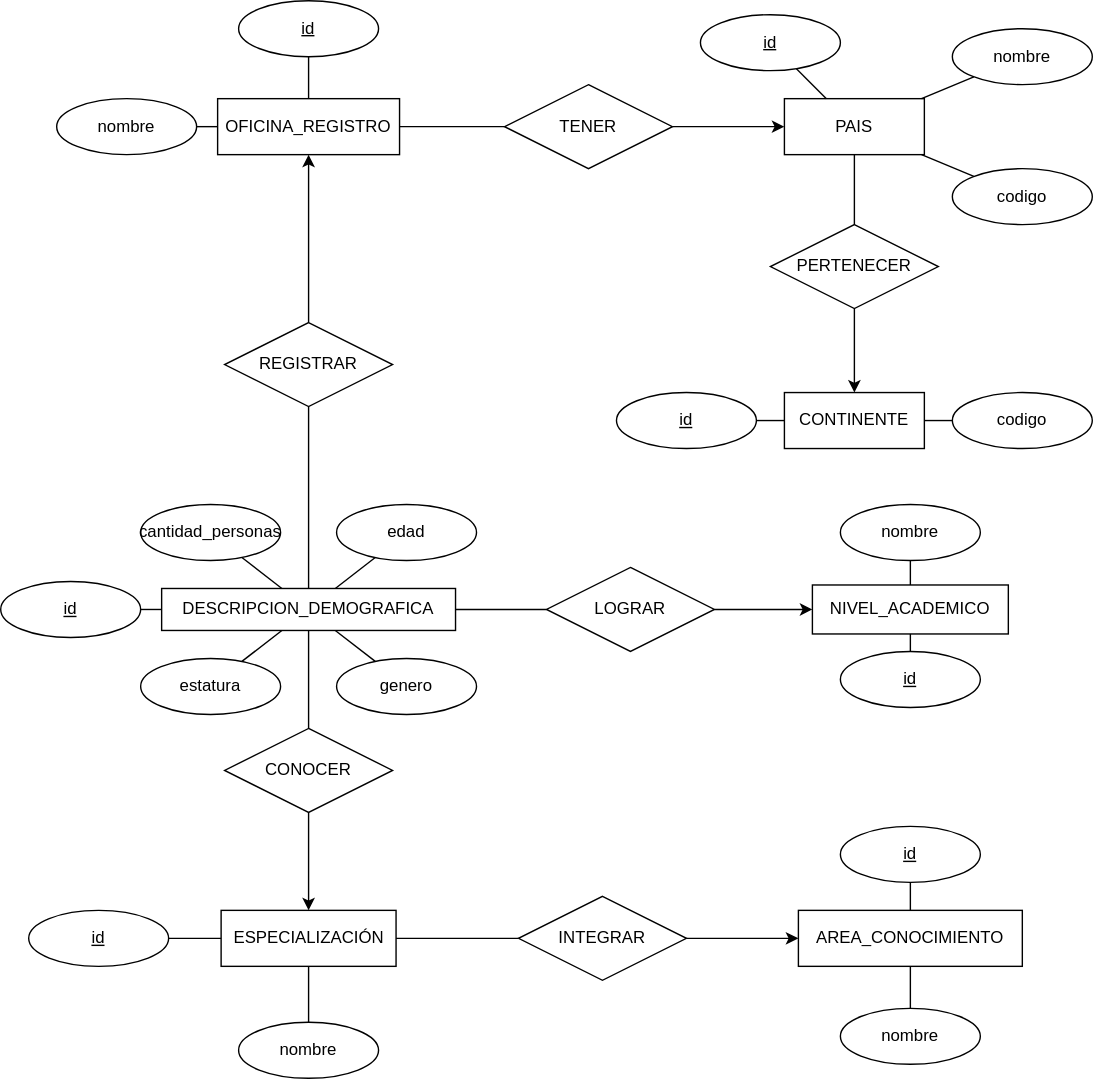
Oktuvida/analysis_dataset keeps this draw.io diagram as assets/images/ER.svg. Above is the earlier version. Source tidied: cells renumbered, new cells last; positions are measured from the earlier drawing's top-left corner, leaving out a move shared by most shapes.
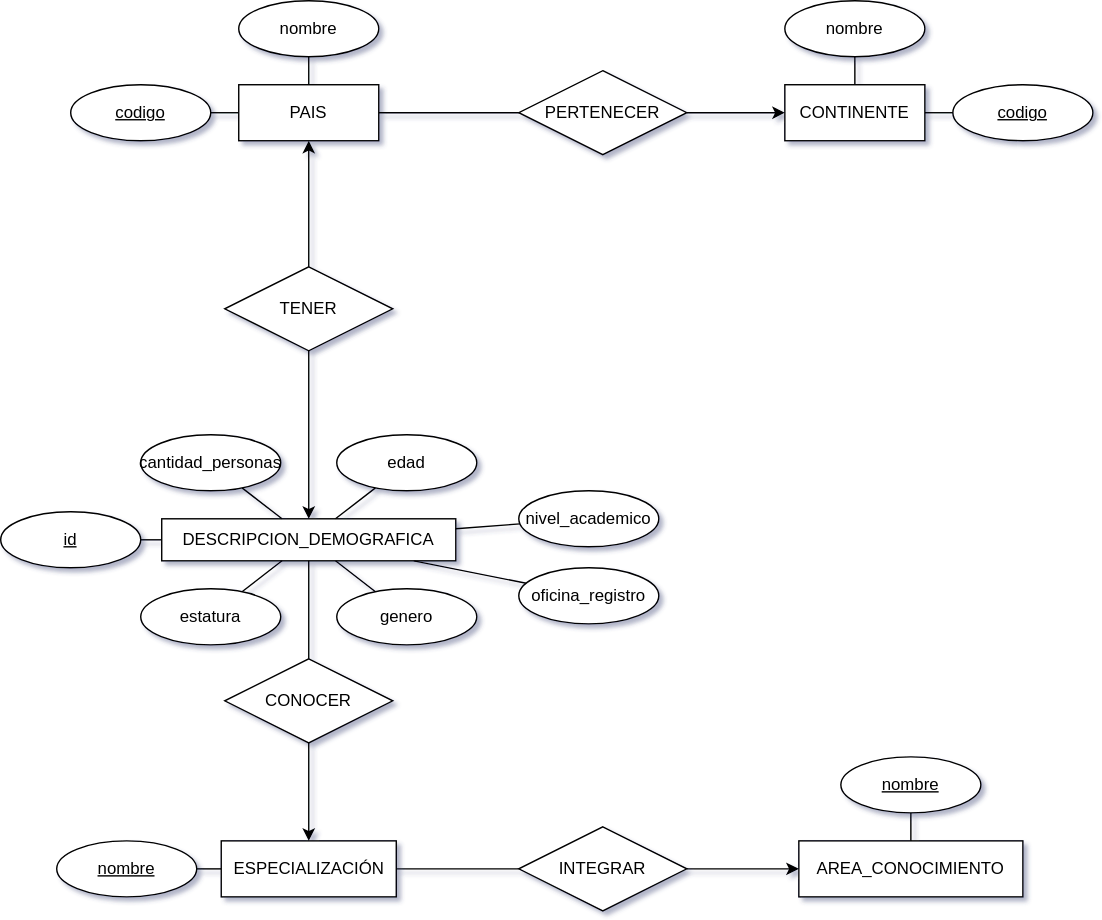
The same file after the commit.

What changed in the source:
```diff
@@ -41,8 +41,8 @@
     <mxCell id="14" style="edgeStyle=none;rounded=0;jettySize=auto;html=1;endArrow=none;endFill=0;" parent="1" edge="1" source="15" target="13">
       <mxGeometry relative="1" as="geometry" />
     </mxCell>
-    <mxCell id="15" value="nombre" style="ellipse;whiteSpace=wrap;html=1;align=center;" parent="1" vertex="1">
-      <mxGeometry x="170" y="730" width="100" height="40" as="geometry" />
+    <mxCell id="15" value="&lt;u&gt;nombre&lt;/u&gt;" style="ellipse;whiteSpace=wrap;html=1;align=center;" parent="1" vertex="1">
+      <mxGeometry x="40" y="650" width="100" height="40" as="geometry" />
     </mxCell>
     <mxCell id="16" value="AREA_CONOCIMIENTO" style="whiteSpace=wrap;html=1;align=center;" parent="1" vertex="1">
       <mxGeometry x="570" y="650" width="160" height="40" as="geometry" />
@@ -50,23 +50,23 @@
     <mxCell id="17" style="edgeStyle=none;rounded=0;jettySize=auto;html=1;endArrow=none;endFill=0;" parent="1" edge="1" source="18" target="16">
       <mxGeometry relative="1" as="geometry" />
     </mxCell>
-    <mxCell id="18" value="nombre" style="ellipse;whiteSpace=wrap;html=1;align=center;" parent="1" vertex="1">
-      <mxGeometry x="600" y="720" width="100" height="40" as="geometry" />
+    <mxCell id="18" value="&lt;u&gt;nombre&lt;/u&gt;" style="ellipse;whiteSpace=wrap;html=1;align=center;" parent="1" vertex="1">
+      <mxGeometry x="600" y="590" width="100" height="40" as="geometry" />
     </mxCell>
     <mxCell id="19" value="PAIS" style="whiteSpace=wrap;html=1;align=center;" parent="1" vertex="1">
-      <mxGeometry x="560" y="70" width="100" height="40" as="geometry" />
+      <mxGeometry x="170" y="110" width="100" height="40" as="geometry" />
     </mxCell>
     <mxCell id="20" style="edgeStyle=none;rounded=0;jettySize=auto;html=1;endArrow=none;endFill=0;" parent="1" edge="1" source="21" target="19">
       <mxGeometry relative="1" as="geometry" />
     </mxCell>
-    <mxCell id="21" value="codigo" style="ellipse;whiteSpace=wrap;html=1;align=center;" parent="1" vertex="1">
-      <mxGeometry x="680" y="120" width="100" height="40" as="geometry" />
+    <mxCell id="21" value="&lt;u&gt;codigo&lt;/u&gt;" style="ellipse;whiteSpace=wrap;html=1;align=center;" parent="1" vertex="1">
+      <mxGeometry x="50" y="110" width="100" height="40" as="geometry" />
     </mxCell>
     <mxCell id="22" style="edgeStyle=none;rounded=0;jettySize=auto;html=1;endArrow=none;endFill=0;" parent="1" edge="1" source="23" target="46">
       <mxGeometry relative="1" as="geometry" />
     </mxCell>
     <mxCell id="23" value="CONTINENTE" style="whiteSpace=wrap;html=1;align=center;" parent="1" vertex="1">
-      <mxGeometry x="560" y="280" width="100" height="40" as="geometry" />
+      <mxGeometry x="560" y="110" width="100" height="40" as="geometry" />
     </mxCell>
     <mxCell id="24" style="edgeStyle=orthogonalEdgeStyle;rounded=0;jettySize=auto;html=1;endArrow=classic;endFill=1;" parent="1" edge="1" source="26" target="13">
       <mxGeometry relative="1" as="geometry" />
@@ -93,97 +93,43 @@
       <mxGeometry relative="1" as="geometry" />
     </mxCell>
     <mxCell id="32" value="PERTENECER" style="shape=rhombus;perimeter=rhombusPerimeter;whiteSpace=wrap;html=1;align=center;" parent="1" vertex="1">
-      <mxGeometry x="550" y="160" width="120" height="60" as="geometry" />
+      <mxGeometry x="370" y="100" width="120" height="60" as="geometry" />
     </mxCell>
-    <mxCell id="33" value="OFICINA_REGISTRO" style="whiteSpace=wrap;html=1;align=center;" parent="1" vertex="1">
-      <mxGeometry x="155" y="70" width="130" height="40" as="geometry" />
-    </mxCell>
-    <mxCell id="34" style="edgeStyle=none;rounded=0;jettySize=auto;html=1;endArrow=none;endFill=0;" parent="1" edge="1" source="35" target="33">
-      <mxGeometry relative="1" as="geometry" />
-    </mxCell>
-    <mxCell id="35" value="nombre" style="ellipse;whiteSpace=wrap;html=1;align=center;" parent="1" vertex="1">
-      <mxGeometry x="40" y="70" width="100" height="40" as="geometry" />
-    </mxCell>
-    <mxCell id="36" style="rounded=0;jettySize=auto;html=1;endArrow=none;endFill=0;" parent="1" edge="1" source="37" target="33">
-      <mxGeometry relative="1" as="geometry" />
-    </mxCell>
-    <mxCell id="37" value="id" style="ellipse;whiteSpace=wrap;html=1;align=center;fontStyle=4;" parent="1" vertex="1">
-      <mxGeometry x="170" width="100" height="40" as="geometry" />
-    </mxCell>
-    <mxCell id="38" style="edgeStyle=orthogonalEdgeStyle;rounded=0;jettySize=auto;html=1;endArrow=none;endFill=0;" parent="1" edge="1" source="40" target="2">
-      <mxGeometry relative="1" as="geometry" />
-    </mxCell>
-    <mxCell id="39" style="edgeStyle=orthogonalEdgeStyle;rounded=0;jettySize=auto;html=1;endArrow=classic;endFill=1;" parent="1" edge="1" source="40" target="33">
-      <mxGeometry relative="1" as="geometry" />
-    </mxCell>
-    <mxCell id="40" value="REGISTRAR" style="shape=rhombus;perimeter=rhombusPerimeter;whiteSpace=wrap;html=1;align=center;" parent="1" vertex="1">
-      <mxGeometry x="160" y="230" width="120" height="60" as="geometry" />
-    </mxCell>
-    <mxCell id="41" style="edgeStyle=orthogonalEdgeStyle;rounded=0;jettySize=auto;html=1;endArrow=none;endFill=0;" parent="1" edge="1" source="43" target="33">
-      <mxGeometry relative="1" as="geometry" />
-    </mxCell>
     <mxCell id="42" style="edgeStyle=orthogonalEdgeStyle;rounded=0;jettySize=auto;html=1;endArrow=classic;endFill=1;" parent="1" edge="1" source="43" target="19">
       <mxGeometry relative="1" as="geometry" />
     </mxCell>
+    <mxCell id="63" style="edgeStyle=orthogonalEdgeStyle;rounded=0;jettySize=auto;html=1;endArrow=classic;endFill=1;" parent="1" edge="1" source="43" target="2">
+      <mxGeometry relative="1" as="geometry" />
+    </mxCell>
     <mxCell id="43" value="TENER" style="shape=rhombus;perimeter=rhombusPerimeter;whiteSpace=wrap;html=1;align=center;" parent="1" vertex="1">
-      <mxGeometry x="360" y="60" width="120" height="60" as="geometry" />
+      <mxGeometry x="160" y="240" width="120" height="60" as="geometry" />
     </mxCell>
-    <mxCell id="44" style="rounded=0;jettySize=auto;html=1;endArrow=none;endFill=0;" parent="1" edge="1" source="45" target="23">
-      <mxGeometry relative="1" as="geometry" />
-    </mxCell>
-    <mxCell id="45" value="id" style="ellipse;whiteSpace=wrap;html=1;align=center;fontStyle=4;" parent="1" vertex="1">
-      <mxGeometry x="440" y="280" width="100" height="40" as="geometry" />
-    </mxCell>
-    <mxCell id="46" value="codigo" style="ellipse;whiteSpace=wrap;html=1;align=center;" parent="1" vertex="1">
-      <mxGeometry x="680" y="280" width="100" height="40" as="geometry" />
+    <mxCell id="46" value="&lt;u&gt;codigo&lt;/u&gt;" style="ellipse;whiteSpace=wrap;html=1;align=center;" parent="1" vertex="1">
+      <mxGeometry x="680" y="110" width="100" height="40" as="geometry" />
     </mxCell>
-    <mxCell id="47" style="edgeStyle=none;rounded=0;jettySize=auto;html=1;endArrow=none;endFill=0;" parent="1" edge="1" source="48" target="19">
-      <mxGeometry relative="1" as="geometry" />
-    </mxCell>
-    <mxCell id="48" value="id" style="ellipse;whiteSpace=wrap;html=1;align=center;fontStyle=4;" parent="1" vertex="1">
-      <mxGeometry x="500" y="10" width="100" height="40" as="geometry" />
-    </mxCell>
-    <mxCell id="49" value="NIVEL_ACADEMICO" style="whiteSpace=wrap;html=1;align=center;" parent="1" vertex="1">
-      <mxGeometry x="580" y="417.5" width="140" height="35" as="geometry" />
-    </mxCell>
-    <mxCell id="50" style="edgeStyle=orthogonalEdgeStyle;rounded=0;jettySize=auto;html=1;endArrow=none;endFill=0;" parent="1" edge="1" source="52" target="2">
-      <mxGeometry relative="1" as="geometry" />
-    </mxCell>
-    <mxCell id="51" style="edgeStyle=orthogonalEdgeStyle;rounded=0;jettySize=auto;html=1;endArrow=classic;endFill=1;" parent="1" edge="1" source="52" target="49">
-      <mxGeometry relative="1" as="geometry" />
-    </mxCell>
-    <mxCell id="52" value="LOGRAR" style="shape=rhombus;perimeter=rhombusPerimeter;whiteSpace=wrap;html=1;align=center;" parent="1" vertex="1">
-      <mxGeometry x="390" y="405" width="120" height="60" as="geometry" />
-    </mxCell>
-    <mxCell id="53" style="rounded=0;jettySize=auto;html=1;endArrow=none;endFill=0;" parent="1" edge="1" source="54" target="49">
-      <mxGeometry relative="1" as="geometry" />
-    </mxCell>
-    <mxCell id="54" value="&lt;u&gt;id&lt;/u&gt;" style="ellipse;whiteSpace=wrap;html=1;align=center;" parent="1" vertex="1">
-      <mxGeometry x="600" y="465" width="100" height="40" as="geometry" />
-    </mxCell>
-    <mxCell id="55" style="edgeStyle=none;rounded=0;jettySize=auto;html=1;endArrow=none;endFill=0;" parent="1" edge="1" source="56" target="49">
-      <mxGeometry relative="1" as="geometry" />
-    </mxCell>
-    <mxCell id="56" value="nombre" style="ellipse;whiteSpace=wrap;html=1;align=center;" parent="1" vertex="1">
-      <mxGeometry x="600" y="360" width="100" height="40" as="geometry" />
-    </mxCell>
-    <mxCell id="57" style="edgeStyle=none;rounded=0;jettySize=auto;html=1;endArrow=none;endFill=0;" parent="1" edge="1" source="58" target="16">
-      <mxGeometry relative="1" as="geometry" />
-    </mxCell>
-    <mxCell id="58" value="&lt;u&gt;id&lt;/u&gt;" style="ellipse;whiteSpace=wrap;html=1;align=center;" parent="1" vertex="1">
-      <mxGeometry x="600" y="590" width="100" height="40" as="geometry" />
-    </mxCell>
-    <mxCell id="59" style="edgeStyle=none;rounded=0;jettySize=auto;html=1;endArrow=none;endFill=0;" parent="1" edge="1" source="60" target="13">
-      <mxGeometry relative="1" as="geometry" />
-    </mxCell>
-    <mxCell id="60" value="&lt;u&gt;id&lt;/u&gt;" style="ellipse;whiteSpace=wrap;html=1;align=center;" parent="1" vertex="1">
-      <mxGeometry x="20" y="650" width="100" height="40" as="geometry" />
-    </mxCell>
     <mxCell id="61" style="edgeStyle=none;rounded=0;jettySize=auto;html=1;endArrow=none;endFill=0;" parent="1" edge="1" source="62" target="19">
       <mxGeometry relative="1" as="geometry" />
     </mxCell>
     <mxCell id="62" value="nombre" style="ellipse;whiteSpace=wrap;html=1;align=center;" parent="1" vertex="1">
-      <mxGeometry x="680" y="20" width="100" height="40" as="geometry" />
+      <mxGeometry x="170" y="50" width="100" height="40" as="geometry" />
     </mxCell>
+    <mxCell id="64" style="rounded=0;jettySize=auto;html=1;endArrow=none;endFill=0;" parent="1" edge="1" source="65" target="2">
+      <mxGeometry relative="1" as="geometry" />
+    </mxCell>
+    <mxCell id="65" value="&lt;div&gt;nivel_academico&lt;/div&gt;" style="ellipse;whiteSpace=wrap;html=1;align=center;" parent="1" vertex="1">
+      <mxGeometry x="370" y="400" width="100" height="40" as="geometry" />
+    </mxCell>
+    <mxCell id="66" style="edgeStyle=none;rounded=0;jettySize=auto;html=1;endArrow=none;endFill=0;" parent="1" edge="1" source="67" target="2">
+      <mxGeometry relative="1" as="geometry" />
+    </mxCell>
+    <mxCell id="67" value="oficina_registro" style="ellipse;whiteSpace=wrap;html=1;align=center;" parent="1" vertex="1">
+      <mxGeometry x="370" y="455" width="100" height="40" as="geometry" />
+    </mxCell>
+    <mxCell id="68" style="rounded=0;jettySize=auto;html=1;endArrow=none;endFill=0;" parent="1" edge="1" source="69" target="23">
+      <mxGeometry relative="1" as="geometry" />
+    </mxCell>
+    <mxCell id="69" value="nombre" style="ellipse;whiteSpace=wrap;html=1;align=center;" parent="1" vertex="1">
+      <mxGeometry x="560" y="50" width="100" height="40" as="geometry" />
+    </mxCell>
   </root>
 </mxGraphModel>
```
